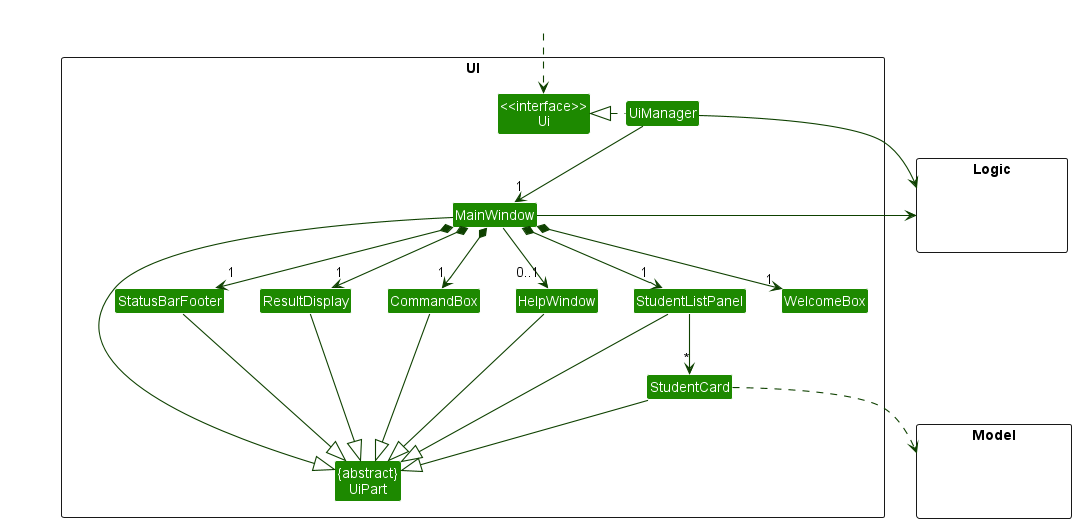
Above: docs/images/UiClassDiagram.png in nus-cs2103-AY2223S1/tp (PlantUML), before the change.
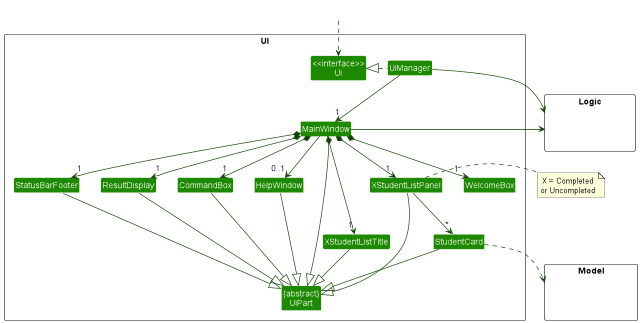
The same diagram one commit later.

Commit message:
Fix UI class diagram and final part of DG

Change to the diagram source:
```diff
@@ -11,7 +11,8 @@
 Class MainWindow
 Class HelpWindow
 Class ResultDisplay
-Class StudentListPanel
+Class XStudentListPanel
+Class XStudentListTitle
 Class StudentCard
 Class StatusBarFooter
 Class CommandBox
@@ -33,18 +34,20 @@
 UiManager -down-> "1" MainWindow
 MainWindow *-down->  "1" CommandBox
 MainWindow *-down-> "1" ResultDisplay
-MainWindow *-down-> "1" StudentListPanel
+MainWindow *-down-> "1" XStudentListPanel
+MainWindow *-down-> "1" XStudentListTitle
 MainWindow *-down-> "1" StatusBarFooter
 MainWindow *-down-> "1" WelcomeBox
 MainWindow --> "0..1" HelpWindow
 
-StudentListPanel -down-> "*" StudentCard
+XStudentListPanel -down-> "*" StudentCard
 
 MainWindow -left-|> UiPart
 
 ResultDisplay --|> UiPart
 CommandBox --|> UiPart
-StudentListPanel --|> UiPart
+XStudentListPanel --|> UiPart
+XStudentListTitle --|> UiPart
 StudentCard --|> UiPart
 StatusBarFooter --|> UiPart
 HelpWindow --|> UiPart
@@ -53,10 +56,12 @@
 UiManager -right-> Logic
 MainWindow -left-> Logic
 
-StudentListPanel -[hidden]left- HelpWindow
+XStudentListPanel -[hidden]left- HelpWindow
 HelpWindow -[hidden]left- CommandBox
 CommandBox -[hidden]left- ResultDisplay
 ResultDisplay -[hidden]left- StatusBarFooter
 
+note right of XStudentListPanel: X = Completed\nor Uncompleted
+
 MainWindow -[hidden]-|> UiPart
 @enduml
```
